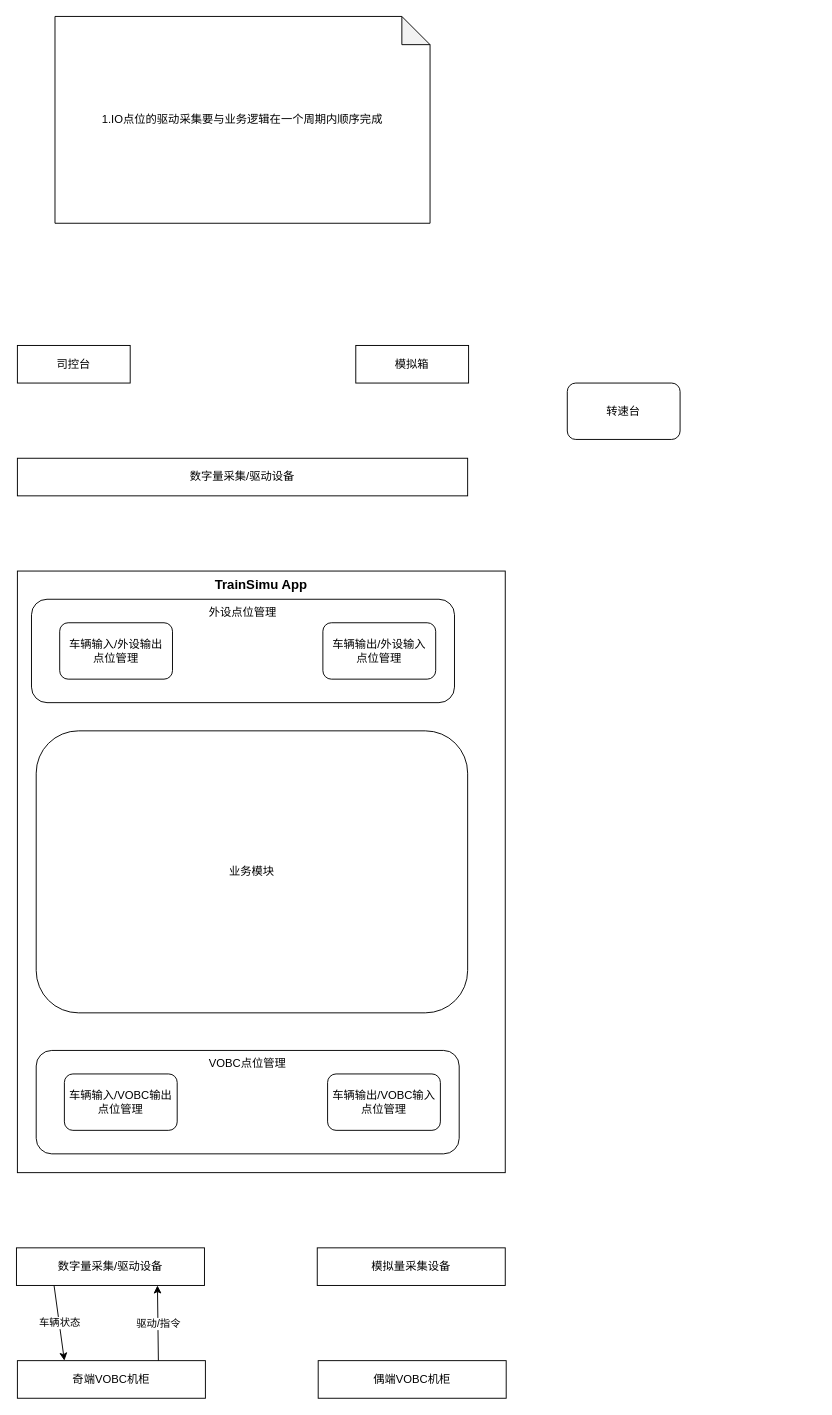
The draw.io diagram Train-Simu-Design.drawio in how-chwong/nug, before the edit. Source tidied: cells renumbered, new cells numbered last; positions are measured from the earlier drawing's top-left corner, leaving out a move shared by most shapes. Both pictures are drawn from the tidied source at 94%, with x=0, y=0 at pixel (16, 16).
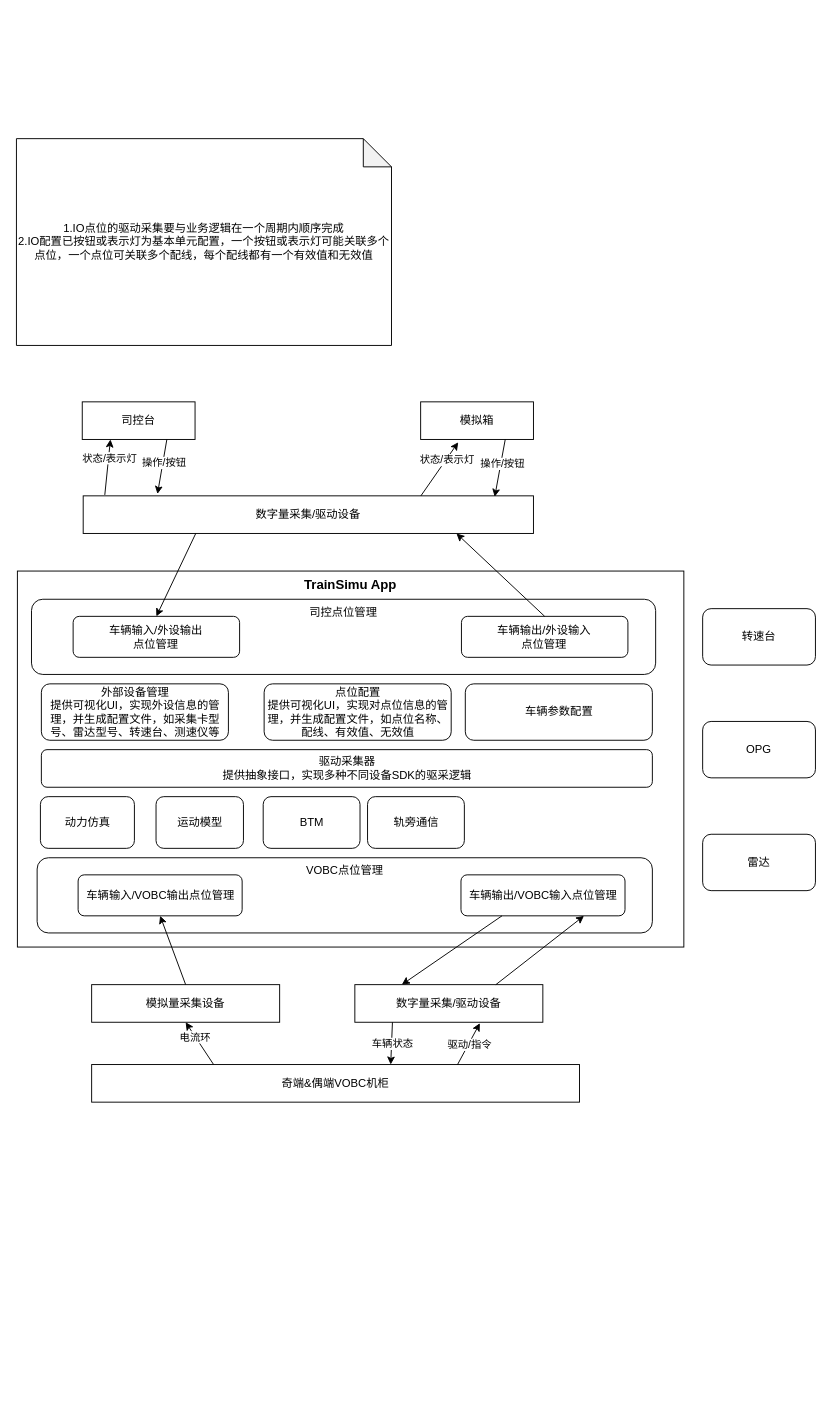
After the change.

The edit, as a diff of the source:
```diff
@@
     <mxCell id="2" value="司控台" style="rounded=0;whiteSpace=wrap;html=1;" parent="1" vertex="1">
-      <mxGeometry x="1" y="350" width="120" height="40" as="geometry" />
+      <mxGeometry x="70" y="410" width="120" height="40" as="geometry" />
     </mxCell>
     <mxCell id="3" value="模拟箱" style="rounded=0;whiteSpace=wrap;html=1;" parent="1" vertex="1">
-      <mxGeometry x="361" y="350" width="120" height="40" as="geometry" />
+      <mxGeometry x="430" y="410" width="120" height="40" as="geometry" />
     </mxCell>
     <mxCell id="4" value="数字量采集/驱动设备" style="rounded=0;whiteSpace=wrap;html=1;" parent="1" vertex="1">
-      <mxGeometry x="1" y="470" width="479" height="40" as="geometry" />
+      <mxGeometry x="71" y="510" width="479" height="40" as="geometry" />
     </mxCell>
     <mxCell id="5" value="TrainSimu App" style="rounded=0;whiteSpace=wrap;html=1;horizontal=1;verticalAlign=top;fontStyle=1;fontSize=14;" parent="1" vertex="1">
-      <mxGeometry x="1" y="590" width="519" height="640" as="geometry" />
+      <mxGeometry x="1" y="590" width="709" height="400" as="geometry" />
     </mxCell>
-    <mxCell id="6" value="数字量采集/驱动设备" style="rounded=0;whiteSpace=wrap;html=1;" parent="1" vertex="1">
-      <mxGeometry y="1310" width="200" height="40" as="geometry" />
-    </mxCell>
-    <mxCell id="7" value="模拟量采集设备" style="rounded=0;whiteSpace=wrap;html=1;" parent="1" vertex="1">
-      <mxGeometry x="320" y="1310" width="200" height="40" as="geometry" />
-    </mxCell>
     <mxCell id="8" style="group;" parent="1" vertex="1">
-      <mxGeometry x="21" y="1100" width="450" height="110" as="geometry" />
+      <mxGeometry x="22" y="895" width="654.5" height="80" as="geometry" />
     </mxCell>
     <mxCell id="9" value="VOBC点位管理" style="rounded=1;whiteSpace=wrap;html=1;verticalAlign=top;" parent="8" vertex="1">
-      <mxGeometry width="450" height="110" as="geometry" />
+      <mxGeometry width="654.5" height="80" as="geometry" />
     </mxCell>
     <mxCell id="10" value="车辆输入/VOBC输出点位管理" style="rounded=1;whiteSpace=wrap;html=1;" parent="8" vertex="1">
-      <mxGeometry x="30" y="25" width="120" height="60" as="geometry" />
+      <mxGeometry x="43.6" y="18.2" width="174.5" height="43.6" as="geometry" />
     </mxCell>
     <mxCell id="11" value="车辆输出/VOBC输入点位管理" style="rounded=1;whiteSpace=wrap;html=1;" parent="8" vertex="1">
-      <mxGeometry x="310" y="25" width="120" height="60" as="geometry" />
+      <mxGeometry x="450.9" y="18.2" width="174.5" height="43.6" as="geometry" />
     </mxCell>
     <mxCell id="12" style="group;" parent="1" vertex="1">
-      <mxGeometry x="16" y="620" width="450" height="110" as="geometry" />
+      <mxGeometry x="16" y="620" width="664" height="80" as="geometry" />
     </mxCell>
-    <mxCell id="13" value="外设点位管理" style="rounded=1;whiteSpace=wrap;html=1;verticalAlign=top;" parent="12" vertex="1">
-      <mxGeometry width="450" height="110" as="geometry" />
+    <mxCell id="13" value="司控点位管理" style="rounded=1;whiteSpace=wrap;html=1;verticalAlign=top;" parent="12" vertex="1">
+      <mxGeometry width="664" height="80" as="geometry" />
     </mxCell>
     <mxCell id="14" value="车辆输入/外设输出&lt;div&gt;点位管理&lt;/div&gt;" style="rounded=1;whiteSpace=wrap;html=1;" parent="12" vertex="1">
-      <mxGeometry x="30" y="25" width="120" height="60" as="geometry" />
+      <mxGeometry x="44.3" y="18.2" width="177.1" height="43.6" as="geometry" />
     </mxCell>
     <mxCell id="15" value="车辆输出/外设输入&lt;div&gt;点位管理&lt;/div&gt;" style="rounded=1;whiteSpace=wrap;html=1;" parent="12" vertex="1">
-      <mxGeometry x="310" y="25" width="120" height="60" as="geometry" />
+      <mxGeometry x="457.4" y="18.2" width="177.1" height="43.6" as="geometry" />
     </mxCell>
     <mxCell id="16" value="转速台" style="rounded=1;whiteSpace=wrap;html=1;" parent="1" vertex="1">
-      <mxGeometry x="586" y="390" width="120" height="60" as="geometry" />
+      <mxGeometry x="730" y="630" width="120" height="60" as="geometry" />
     </mxCell>
-    <mxCell id="17" value="奇端VOBC机柜" style="rounded=0;whiteSpace=wrap;html=1;" parent="1" vertex="1">
-      <mxGeometry x="1" y="1430" width="200" height="40" as="geometry" />
+    <mxCell id="17" value="奇端&amp;amp;偶端VOBC机柜" style="rounded=0;whiteSpace=wrap;html=1;" parent="1" vertex="1">
+      <mxGeometry x="80" y="1115" width="519" height="40" as="geometry" />
     </mxCell>
-    <mxCell id="18" value="偶端VOBC机柜" style="rounded=0;whiteSpace=wrap;html=1;" parent="1" vertex="1">
-      <mxGeometry x="321" y="1430" width="200" height="40" as="geometry" />
-    </mxCell>
+    <mxCell id="23" value="驱动采集器&lt;div&gt;提供抽象接口，实现多种不同设备SDK的驱采逻辑&lt;/div&gt;" style="rounded=1;whiteSpace=wrap;html=1;" parent="1" vertex="1">
+      <mxGeometry x="26.5" y="780" width="650" height="40" as="geometry" />
+    </mxCell>
+    <mxCell id="24" value="1.IO点位的驱动采集要与业务逻辑在一个周期内顺序完成&lt;div&gt;2.IO配置已按钮或表示灯为基本单元配置，一个按钮或表示灯可能关联多个点位，一个点位可关联多个配线，每个配线都有一个有效值和无效值&lt;/div&gt;" style="shape=note;whiteSpace=wrap;html=1;backgroundOutline=1;darkOpacity=0.05;" parent="1" vertex="1">
+      <mxGeometry y="130" width="399" height="220" as="geometry" />
+    </mxCell>
+    <mxCell id="25" value="点位配置&lt;div&gt;提供可视化UI，实现对点位信息的管理，并生成配置文件，如点位名称、配线、有效值、无效值&lt;/div&gt;" style="rounded=1;whiteSpace=wrap;html=1;" parent="1" vertex="1">
+      <mxGeometry x="263.5" y="710" width="199" height="60" as="geometry" />
+    </mxCell>
+    <mxCell id="26" value="&lt;div&gt;外部设备管理&lt;/div&gt;&lt;div&gt;提供可视化UI，实现外设信息的管理，并生成配置文件，如采集卡型号、雷达型号、转速台、测速仪等&lt;/div&gt;" style="rounded=1;whiteSpace=wrap;html=1;" parent="1" vertex="1">
+      <mxGeometry x="26.5" y="710" width="199" height="60" as="geometry" />
+    </mxCell>
+    <mxCell id="27" value="车辆参数配置" style="rounded=1;whiteSpace=wrap;html=1;" parent="1" vertex="1">
+      <mxGeometry x="477.5" y="710" width="199" height="60" as="geometry" />
+    </mxCell>
+    <mxCell id="28" value="动力仿真" style="rounded=1;whiteSpace=wrap;html=1;" parent="1" vertex="1">
+      <mxGeometry x="25.5" y="830" width="100" height="55" as="geometry" />
+    </mxCell>
+    <mxCell id="29" value="运动模型" style="rounded=1;whiteSpace=wrap;html=1;" parent="1" vertex="1">
+      <mxGeometry x="148.5" y="830" width="93" height="55" as="geometry" />
+    </mxCell>
+    <mxCell id="30" value="BTM" style="rounded=1;whiteSpace=wrap;html=1;" parent="1" vertex="1">
+      <mxGeometry x="262.5" y="830" width="103" height="55" as="geometry" />
+    </mxCell>
+    <mxCell id="6" value="数字量采集/驱动设备" style="rounded=0;whiteSpace=wrap;html=1;" parent="1" vertex="1">
+      <mxGeometry x="360" y="1030" width="200" height="40" as="geometry" />
+    </mxCell>
+    <mxCell id="7" value="模拟量采集设备" style="rounded=0;whiteSpace=wrap;html=1;" parent="1" vertex="1">
+      <mxGeometry x="80" y="1030" width="200" height="40" as="geometry" />
+    </mxCell>
-    <mxCell id="19" style="endArrow=classic;html=1;rounded=0;exitX=0.75;exitY=0;exitDx=0;exitDy=0;entryX=0.75;entryY=1;entryDx=0;entryDy=0;" parent="1" edge="1" source="17" target="6">
+    <mxCell id="19" style="endArrow=classic;html=1;rounded=0;exitX=0.75;exitY=0;exitDx=0;exitDy=0;entryX=0.665;entryY=1.025;entryDx=0;entryDy=0;entryPerimeter=0;" parent="1" edge="1" source="17" target="6">
       <mxGeometry relative="1" as="geometry" />
     </mxCell>
@@
-    <mxCell id="21" style="endArrow=classic;html=1;rounded=0;exitX=0.2;exitY=1;exitDx=0;exitDy=0;exitPerimeter=0;entryX=0.25;entryY=0;entryDx=0;entryDy=0;" parent="1" edge="1" source="6" target="17">
+    <mxCell id="21" style="endArrow=classic;html=1;rounded=0;exitX=0.2;exitY=1;exitDx=0;exitDy=0;exitPerimeter=0;entryX=0.613;entryY=0;entryDx=0;entryDy=0;entryPerimeter=0;" parent="1" edge="1" source="6" target="17">
       <mxGeometry relative="1" as="geometry" />
     </mxCell>
@@
-    <mxCell id="23" value="业务模块" style="rounded=1;whiteSpace=wrap;html=1;" parent="1" vertex="1">
-      <mxGeometry x="21" y="760" width="459" height="300" as="geometry" />
-    </mxCell>
-    <mxCell id="24" value="1.IO点位的驱动采集要与业务逻辑在一个周期内顺序完成" style="shape=note;whiteSpace=wrap;html=1;backgroundOutline=1;darkOpacity=0.05;" parent="1" vertex="1">
-      <mxGeometry x="41" width="399" height="220" as="geometry" />
-    </mxCell>
+    <mxCell id="31" style="endArrow=classic;html=1;rounded=0;entryX=0.5;entryY=1;entryDx=0;entryDy=0;exitX=0.25;exitY=0;exitDx=0;exitDy=0;" parent="1" edge="1" source="17" target="7">
+      <mxGeometry relative="1" as="geometry" />
+    </mxCell>
+    <mxCell id="32" value="电流环" style="edgeLabel;html=1;align=center;verticalAlign=middle;" parent="31" vertex="1">
+      <mxGeometry x="0.32" y="1" relative="1" as="geometry" />
+    </mxCell>
+    <mxCell id="33" style="endArrow=classic;html=1;rounded=0;entryX=0.5;entryY=1;entryDx=0;entryDy=0;exitX=0.5;exitY=0;exitDx=0;exitDy=0;" parent="1" edge="1" source="7" target="10">
+      <mxGeometry relative="1" as="geometry" />
+    </mxCell>
+    <mxCell id="34" style="endArrow=classic;html=1;rounded=0;exitX=0.25;exitY=1;exitDx=0;exitDy=0;entryX=0.25;entryY=0;entryDx=0;entryDy=0;" parent="1" edge="1" source="11" target="6">
+      <mxGeometry relative="1" as="geometry" />
+    </mxCell>
+    <mxCell id="35" style="endArrow=classic;html=1;rounded=0;exitX=0.75;exitY=0;exitDx=0;exitDy=0;entryX=0.75;entryY=1;entryDx=0;entryDy=0;" parent="1" edge="1" source="6" target="11">
+      <mxGeometry relative="1" as="geometry" />
+    </mxCell>
+    <mxCell id="36" style="endArrow=classic;html=1;rounded=0;entryX=0.829;entryY=1;entryDx=0;entryDy=0;exitX=0.5;exitY=0;exitDx=0;exitDy=0;entryPerimeter=0;" parent="1" edge="1" source="15" target="4">
+      <mxGeometry relative="1" as="geometry" />
+    </mxCell>
+    <mxCell id="37" style="endArrow=classic;html=1;rounded=0;entryX=0.5;entryY=0;entryDx=0;entryDy=0;exitX=0.25;exitY=1;exitDx=0;exitDy=0;" parent="1" edge="1" source="4" target="14">
+      <mxGeometry relative="1" as="geometry" />
+    </mxCell>
+    <mxCell id="38" value="OPG" style="rounded=1;whiteSpace=wrap;html=1;" parent="1" vertex="1">
+      <mxGeometry x="730" y="750" width="120" height="60" as="geometry" />
+    </mxCell>
+    <mxCell id="39" value="雷达" style="rounded=1;whiteSpace=wrap;html=1;" parent="1" vertex="1">
+      <mxGeometry x="730" y="870" width="120" height="60" as="geometry" />
+    </mxCell>
+    <mxCell id="40" style="endArrow=classic;html=1;rounded=0;exitX=0.75;exitY=0;exitDx=0;exitDy=0;entryX=0.333;entryY=1.075;entryDx=0;entryDy=0;entryPerimeter=0;" parent="1" edge="1" source="4" target="3">
+      <mxGeometry relative="1" as="geometry" />
+    </mxCell>
+    <mxCell id="41" value="状态/表示灯" style="edgeLabel;html=1;align=center;verticalAlign=middle;" parent="40" vertex="1">
+      <mxGeometry x="0.35" relative="1" as="geometry" />
+    </mxCell>
+    <mxCell id="42" style="endArrow=classic;html=1;rounded=0;exitX=0.75;exitY=1;exitDx=0;exitDy=0;entryX=0.914;entryY=0.025;entryDx=0;entryDy=0;entryPerimeter=0;" parent="1" edge="1" source="3" target="4">
+      <mxGeometry relative="1" as="geometry" />
+    </mxCell>
+    <mxCell id="43" value="操作/按钮" style="edgeLabel;html=1;align=center;verticalAlign=middle;" parent="42" vertex="1">
+      <mxGeometry x="-0.16" y="1" relative="1" as="geometry" />
+    </mxCell>
+    <mxCell id="44" style="endArrow=classic;html=1;rounded=0;exitX=0.048;exitY=-0.025;exitDx=0;exitDy=0;entryX=0.25;entryY=1;entryDx=0;entryDy=0;exitPerimeter=0;" parent="1" edge="1" source="4" target="2">
+      <mxGeometry relative="1" as="geometry" />
+    </mxCell>
+    <mxCell id="45" value="状态/表示灯" style="edgeLabel;html=1;align=center;verticalAlign=middle;" parent="44" vertex="1">
+      <mxGeometry x="0.35" relative="1" as="geometry" />
+    </mxCell>
+    <mxCell id="46" style="endArrow=classic;html=1;rounded=0;exitX=0.75;exitY=1;exitDx=0;exitDy=0;entryX=0.165;entryY=-0.05;entryDx=0;entryDy=0;entryPerimeter=0;" parent="1" edge="1" source="2" target="4">
+      <mxGeometry relative="1" as="geometry" />
+    </mxCell>
+    <mxCell id="47" value="操作/按钮" style="edgeLabel;html=1;align=center;verticalAlign=middle;" parent="46" vertex="1">
+      <mxGeometry x="-0.16" y="1" relative="1" as="geometry" />
+    </mxCell>
+    <mxCell id="48" value="轨旁通信" style="rounded=1;whiteSpace=wrap;html=1;" parent="1" vertex="1">
+      <mxGeometry x="373.5" y="830" width="103" height="55" as="geometry" />
+    </mxCell>
```
